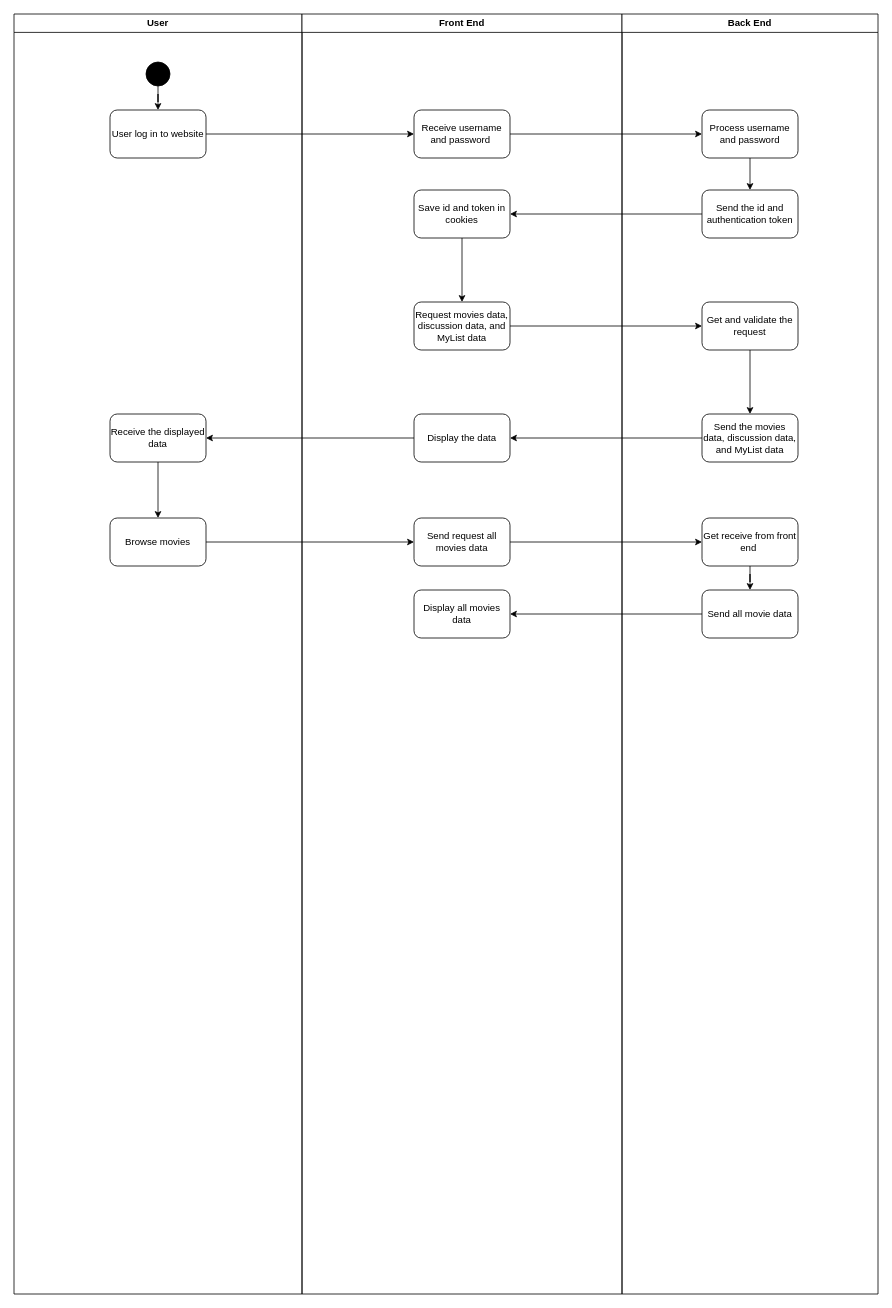
Earlier version of the draw.io diagram ActivityDiagram .drawio (randyisalive/MovieList-FinalProject). Source tidied: cells renumbered, new cells numbered last; positions are measured from the earlier drawing's top-left corner, leaving out a move shared by most shapes. Both pictures are drawn from the tidied source at 80%, with x=0, y=0 at pixel (14, 14).
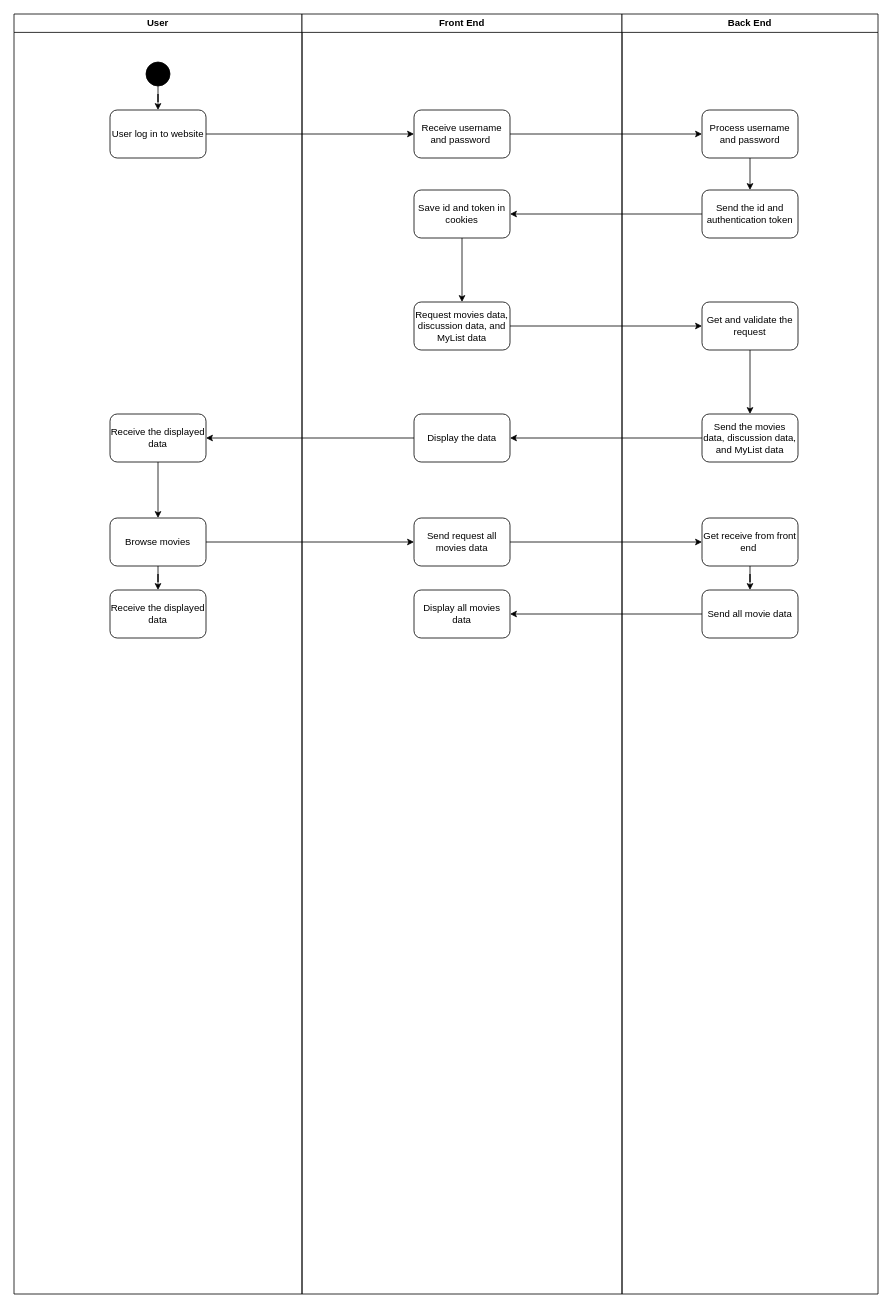
The same diagram, later.

The change refers to these unchanged cells:
```xml
<mxCell id="2" value="User" style="swimlane;whiteSpace=wrap;html=1;" parent="1" vertex="1">
  <mxGeometry width="360" height="1600" as="geometry" />
</mxCell>
<mxCell id="8" value="Browse movies" style="rounded=1;whiteSpace=wrap;html=1;" parent="2" vertex="1">
  <mxGeometry x="120" y="630" width="120" height="60" as="geometry" />
</mxCell>
```

Change to the diagram source:
```diff
@@
+    <mxCell id="36" style="edgeStyle=orthogonalEdgeStyle;rounded=0;jettySize=auto;html=1;" parent="2" edge="1" source="8" target="37">
+      <mxGeometry relative="1" as="geometry" />
+    </mxCell>
@@
+    <mxCell id="37" value="Receive the displayed data" style="rounded=1;whiteSpace=wrap;html=1;" parent="2" vertex="1">
+      <mxGeometry x="120" y="720" width="120" height="60" as="geometry" />
+    </mxCell>
```
